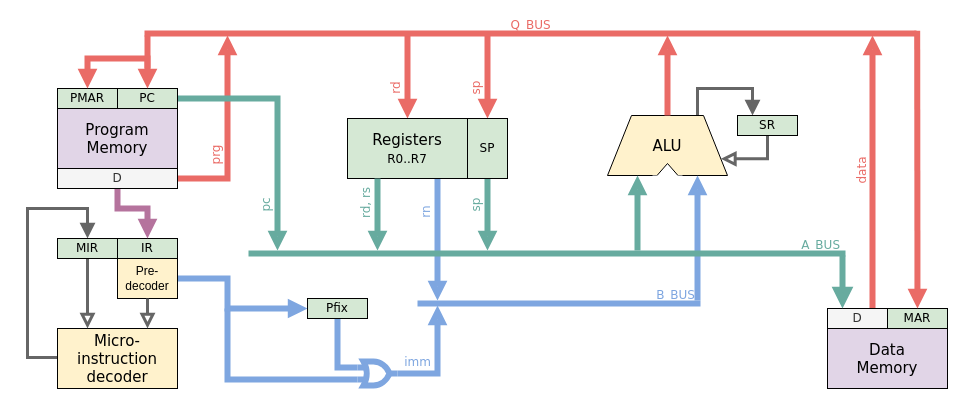
Above: Docs/CPU74Diagram10.drawio in John-Lluch/CPU74 (draw.io), before the change. Source tidied: cells renumbered, new cells numbered last; positions are measured from the earlier drawing's top-left corner, leaving out a move shared by most shapes. Both pictures are drawn from the tidied source at 100%, with x=0, y=0 at pixel (27, 28).
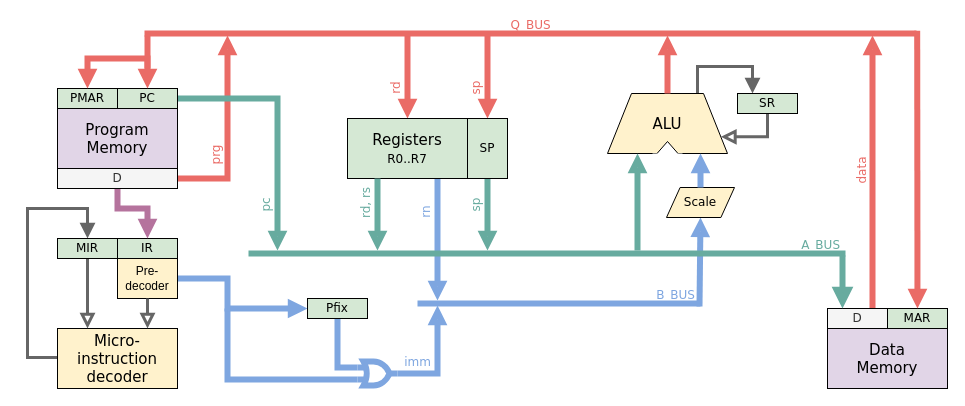
The same page after the edit.

Unchanged cells that the change refers to:
```xml
<mxCell id="10" value="B_BUS" style="line;strokeWidth=6;html=1;perimeter=backbonePerimeter;points=[];outlineConnect=0;fontFamily=Verdana;fontSize=12;spacing=6;verticalAlign=bottom;shadow=0;align=right;fillColor=#f5f5f5;strokeColor=#7EA6E0;fontColor=#7EA6E0;labelBackgroundColor=none;" parent="1" vertex="1">
  <mxGeometry x="390" y="270" width="283" height="10" as="geometry" />
</mxCell>
```

Change to the diagram source:
```diff
@@
     <mxCell id="2" style="edgeStyle=elbowEdgeStyle;rounded=0;jettySize=auto;elbow=vertical;html=1;exitX=0.75;exitY=0;exitDx=0;exitDy=0;labelBackgroundColor=none;startSize=8;endArrow=block;endFill=1;endSize=8;strokeWidth=3;fontFamily=Verdana;fontSize=14;align=center;entryX=0.25;entryY=0;entryDx=0;entryDy=0;strokeColor=#666666;" parent="1" edge="1" source="3" target="19">
       <mxGeometry relative="1" as="geometry">
         <Array as="points">
-          <mxPoint x="685" y="60" />
+          <mxPoint x="685" y="38" />
         </Array>
       </mxGeometry>
     </mxCell>
     <mxCell id="3" value="ALU" style="shape=trapezoid;perimeter=trapezoidPerimeter;whiteSpace=wrap;html=1;strokeWidth=1;fontFamily=Verdana;fontSize=15;fillColor=#fff2cc;strokeColor=#000000;rotation=0;" parent="1" vertex="1">
-      <mxGeometry x="580" y="87" width="120" height="60" as="geometry" />
+      <mxGeometry x="580" y="65" width="120" height="60" as="geometry" />
     </mxCell>
-    <mxCell id="4" style="edgeStyle=none;rounded=0;jettySize=auto;html=1;labelBackgroundColor=none;startSize=10;endArrow=block;endFill=0;endSize=4;strokeWidth=6;fontFamily=Verdana;fontSize=14;align=center;entryX=0.75;entryY=1;entryDx=0;entryDy=0;fillColor=#f5f5f5;strokeColor=#7EA6E0;" parent="1" edge="1" source="10" target="3">
-      <mxGeometry relative="1" as="geometry" />
+    <mxCell id="4" style="edgeStyle=none;rounded=0;jettySize=auto;html=1;labelBackgroundColor=none;startSize=10;endArrow=block;endFill=0;endSize=4;strokeWidth=6;fontFamily=Verdana;fontSize=14;align=center;fillColor=#f5f5f5;strokeColor=#7EA6E0;entryX=0.5;entryY=1;entryDx=0;entryDy=0;" parent="1" edge="1" target="52">
+      <mxGeometry relative="1" as="geometry">
+        <mxPoint x="672" y="278" as="sourcePoint" />
+      </mxGeometry>
     </mxCell>
@@
     <mxCell id="15" style="group;" parent="1" vertex="1">
-      <mxGeometry x="625" y="129" width="30" height="28" as="geometry" />
+      <mxGeometry x="625" y="107" width="30" height="28" as="geometry" />
     </mxCell>
@@
     <mxCell id="19" value="&lt;font style=&quot;font-size: 12px;&quot;&gt;SR&lt;/font&gt;" style="text;html=1;strokeColor=#000000;fillColor=#d5e8d4;align=center;verticalAlign=middle;whiteSpace=wrap;rounded=0;strokeWidth=1;fontFamily=Verdana;fontSize=12;" parent="1" vertex="1">
-      <mxGeometry x="710" y="87" width="60" height="20" as="geometry" />
+      <mxGeometry x="710" y="65" width="60" height="20" as="geometry" />
     </mxCell>
@@
+    <mxCell id="52" value="Scale" style="shape=parallelogram;perimeter=parallelogramPerimeter;whiteSpace=wrap;html=1;fontFamily=Verdana;fillColor=#fff2cc;strokeColor=#000000;" parent="1" vertex="1">
+      <mxGeometry x="639" y="159" width="68" height="30" as="geometry" />
+    </mxCell>
+    <mxCell id="53" style="edgeStyle=orthogonalEdgeStyle;rounded=0;jettySize=auto;html=1;labelBackgroundColor=none;startSize=4;endArrow=block;endFill=1;endSize=4;strokeWidth=6;fontFamily=Verdana;fontSize=14;align=center;strokeColor=#7EA6E0;" parent="1" edge="1" source="52">
+      <mxGeometry relative="1" as="geometry">
+        <mxPoint x="673" y="125" as="targetPoint" />
+      </mxGeometry>
+    </mxCell>
```
